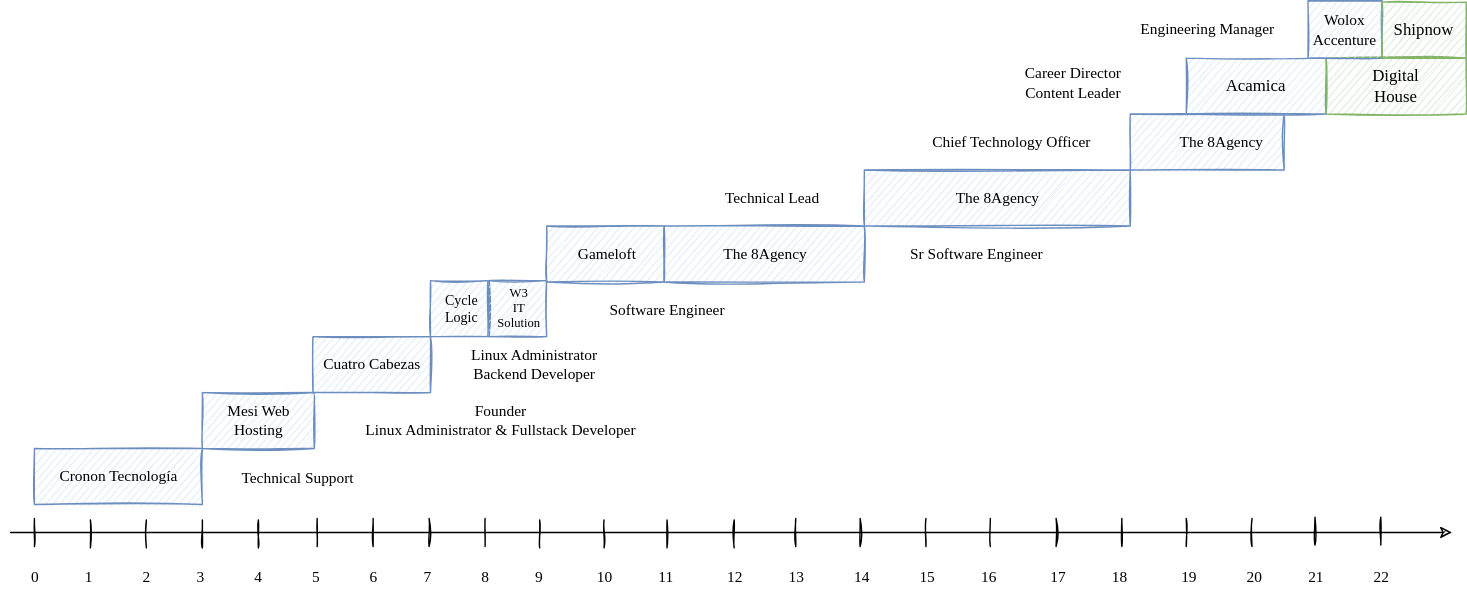
Before: daniel_segovia_carrer.svg, a diagram exported from draw.io (frenchita/danielsegovia). Source tidied: cells renumbered, new cells last; positions are measured from the earlier drawing's top-left corner, leaving out a move shared by most shapes.
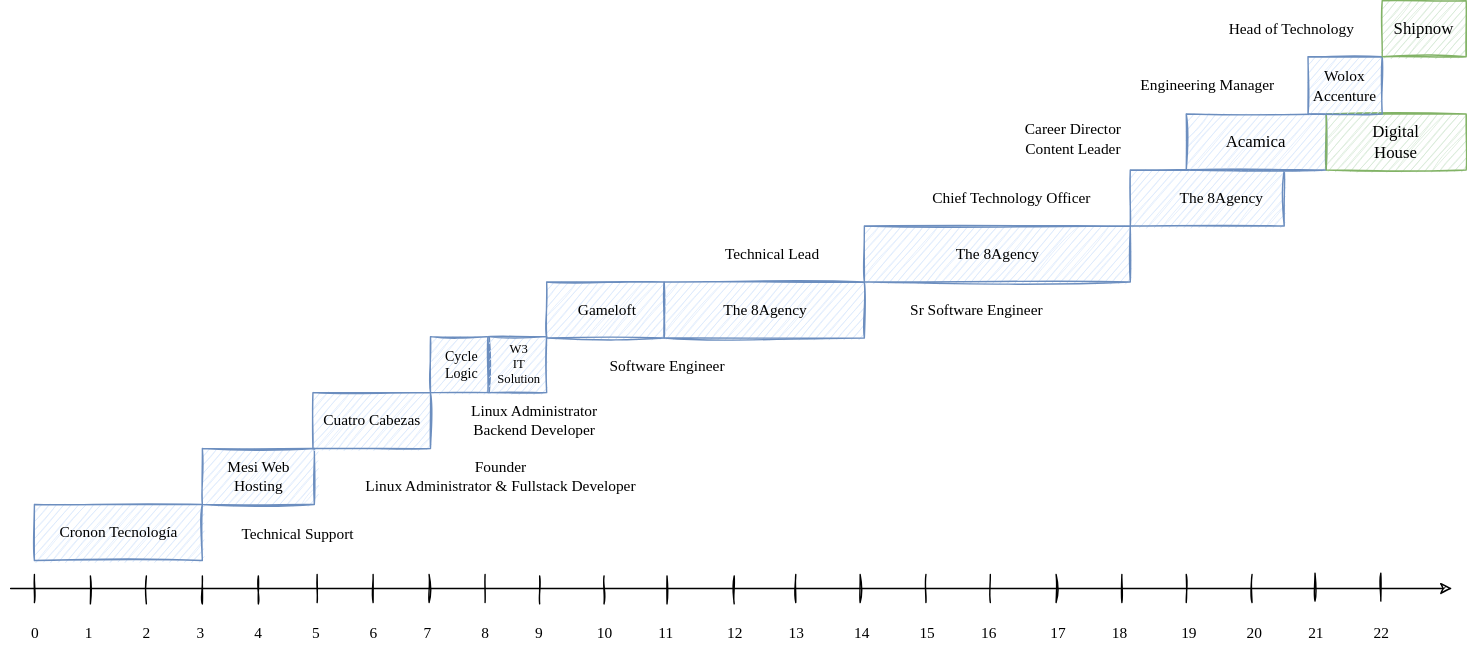
The same file after the commit.

Commit message:
cambio de grafico

The edit, as a diff of the source:
```diff
@@ -240,7 +240,10 @@
       <mxGeometry x="927" width="53" height="41" as="geometry" />
     </mxCell>
     <mxCell id="57" value="Shipnow" style="rounded=0;whiteSpace=wrap;html=1;imageAspect=1;shadow=0;sketch=1;fillStyle=hachure;fillColor=#d5e8d4;strokeColor=#82b366;fontFamily=Comic Sans MS;" parent="1" vertex="1">
-      <mxGeometry x="980" y="1" width="60" height="40" as="geometry" />
+      <mxGeometry x="980" y="-40" width="60" height="40" as="geometry" />
     </mxCell>
+    <mxCell id="58" value="Head of Technology" style="text;html=1;align=center;verticalAlign=middle;strokeColor=none;fillColor=none;fontFamily=Comic Sans MS;spacing=2;fontSize=11;" parent="1" vertex="1">
+      <mxGeometry x="860" y="-35" width="110" height="30" as="geometry" />
+    </mxCell>
   </root>
 </mxGraphModel>
```
